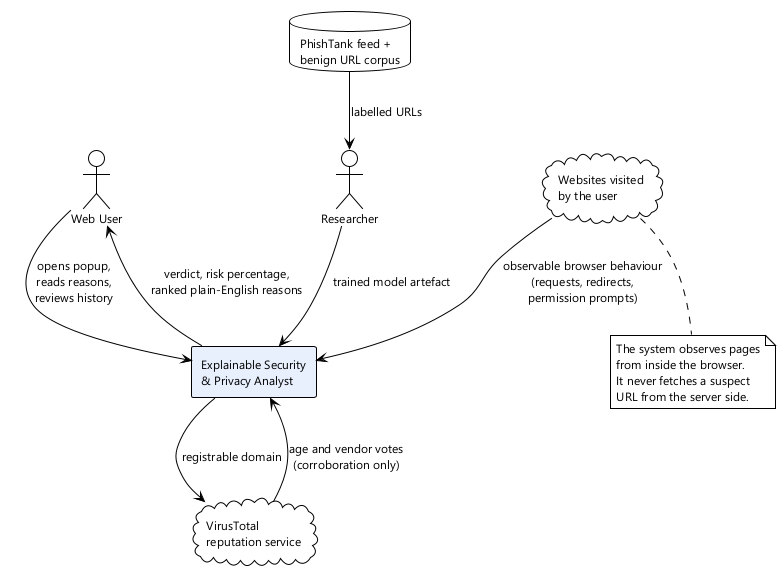
Above: docs/thesis/diagrams/out/fig-1-1-context.png in Trust-Dr-BABA/Final-Year-Project (PlantUML), before the change. The source it was exported from:
```plantuml
@startuml fig-1-1-context
!theme plain
skinparam shadowing false
skinparam defaultFontName "Segoe UI"
skinparam defaultFontSize 12
skinparam componentStyle rectangle

actor "Web User" as User
actor "Researcher" as Res

rectangle "Explainable Security\n& Privacy Analyst" as SYS #E8F0FE

cloud "Websites visited\nby the user" as Web
cloud "VirusTotal\nreputation service" as VT
database "PhishTank feed +\nbenign URL corpus" as Corpus

User --> SYS : opens popup,\nreads reasons,\nreviews history
Web --> SYS : observable browser behaviour\n(requests, redirects,\npermission prompts)
SYS --> User : verdict, risk percentage,\nranked plain-English reasons
SYS --> VT : registrable domain
VT --> SYS : age and vendor votes\n(corroboration only)
Corpus --> Res : labelled URLs
Res --> SYS : trained model artefact

note bottom of Web
  The system observes pages
  from inside the browser.
  It never fetches a suspect
  URL from the server side.
end note
@enduml
```
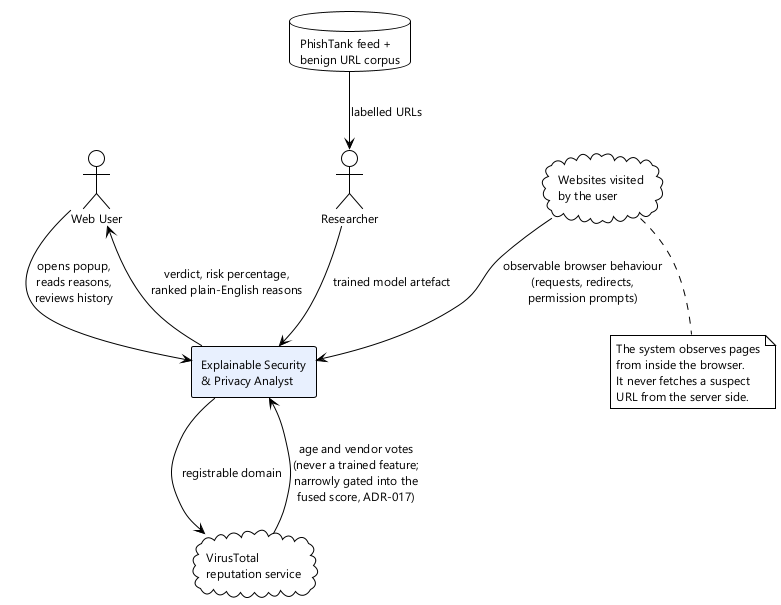
After the commit.

What changed in the source:
```diff
@@ -18,7 +18,7 @@
 Web --> SYS : observable browser behaviour\n(requests, redirects,\npermission prompts)
 SYS --> User : verdict, risk percentage,\nranked plain-English reasons
 SYS --> VT : registrable domain
-VT --> SYS : age and vendor votes\n(corroboration only)
+VT --> SYS : age and vendor votes\n(never a trained feature;\nnarrowly gated into the\nfused score, ADR-017)
 Corpus --> Res : labelled URLs
 Res --> SYS : trained model artefact
 
```
